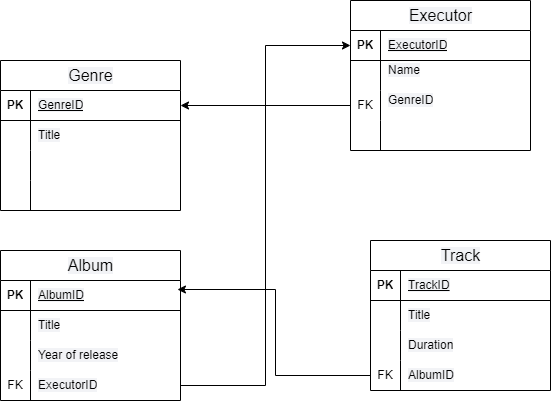
This is Таблица для музыкального сайта.png from YanchukTatyana/-, a draw.io export, as it was before one commit. Source tidied: cells renumbered, new cells last; positions are measured from the earlier drawing's top-left corner, leaving out a move shared by most shapes.
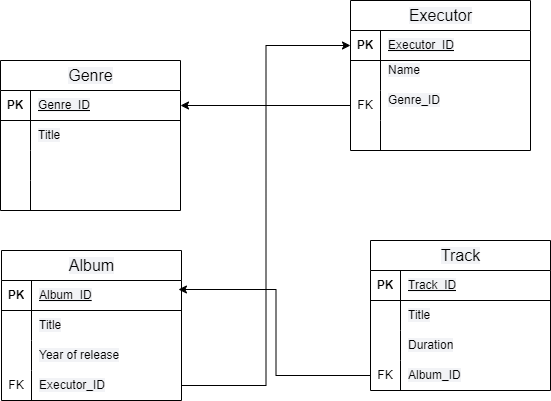
After the commit.

What changed in the source:
```diff
@@ -11,7 +11,7 @@
     <mxCell id="4" value="PK" style="shape=partialRectangle;fillColor=none;top=0;left=0;bottom=0;right=0;fontStyle=1;overflow=hidden;whiteSpace=wrap;html=1;" parent="3" vertex="1">
       <mxGeometry width="30" height="30" as="geometry" />
     </mxCell>
-    <mxCell id="5" value="&lt;span style=&quot;font-family: -apple-system, BlinkMacSystemFont, Arial, Helvetica, sans-serif; font-weight: 400; white-space-collapse: preserve; background-color: rgba(7, 28, 71, 0.05);&quot;&gt;GenreID&lt;/span&gt;" style="shape=partialRectangle;fillColor=none;top=0;left=0;bottom=0;right=0;align=left;spacingLeft=6;fontStyle=5;overflow=hidden;whiteSpace=wrap;html=1;" parent="3" vertex="1">
+    <mxCell id="5" value="&lt;span style=&quot;font-family: -apple-system, BlinkMacSystemFont, Arial, Helvetica, sans-serif; font-weight: 400; white-space-collapse: preserve; background-color: rgba(7, 28, 71, 0.05);&quot;&gt;Genre_ID&lt;/span&gt;" style="shape=partialRectangle;fillColor=none;top=0;left=0;bottom=0;right=0;align=left;spacingLeft=6;fontStyle=5;overflow=hidden;whiteSpace=wrap;html=1;" parent="3" vertex="1">
       <mxGeometry x="30" width="150" height="30" as="geometry" />
     </mxCell>
     <mxCell id="6" style="shape=tableRow;horizontal=0;startSize=0;swimlaneHead=0;swimlaneBody=0;fillColor=none;top=0;left=0;right=0;bottom=0;" parent="2" vertex="1">
@@ -50,7 +50,7 @@
     <mxCell id="17" value="PK" style="shape=partialRectangle;fillColor=none;top=0;left=0;bottom=0;right=0;fontStyle=1;overflow=hidden;whiteSpace=wrap;html=1;" parent="16" vertex="1">
       <mxGeometry width="30" height="30" as="geometry" />
     </mxCell>
-    <mxCell id="18" value="&lt;span style=&quot;font-family: -apple-system, BlinkMacSystemFont, Arial, Helvetica, sans-serif; font-weight: 400; white-space-collapse: preserve; background-color: rgba(7, 28, 71, 0.05);&quot;&gt;ExecutorID&lt;/span&gt;" style="shape=partialRectangle;fillColor=none;top=0;left=0;bottom=0;right=0;align=left;spacingLeft=6;fontStyle=5;overflow=hidden;whiteSpace=wrap;html=1;" parent="16" vertex="1">
+    <mxCell id="18" value="&lt;span style=&quot;font-family: -apple-system, BlinkMacSystemFont, Arial, Helvetica, sans-serif; font-weight: 400; white-space-collapse: preserve; background-color: rgba(7, 28, 71, 0.05);&quot;&gt;Executor_ID&lt;/span&gt;" style="shape=partialRectangle;fillColor=none;top=0;left=0;bottom=0;right=0;align=left;spacingLeft=6;fontStyle=5;overflow=hidden;whiteSpace=wrap;html=1;" parent="16" vertex="1">
       <mxGeometry x="30" width="150" height="30" as="geometry" />
     </mxCell>
     <mxCell id="19" style="shape=tableRow;horizontal=0;startSize=0;swimlaneHead=0;swimlaneBody=0;fillColor=none;top=0;left=0;right=0;bottom=0;" parent="15" vertex="1">
@@ -68,7 +68,7 @@
     <mxCell id="23" value="FK" style="shape=partialRectangle;fillColor=none;top=0;left=0;bottom=0;right=0;overflow=hidden;whiteSpace=wrap;html=1;" parent="22" vertex="1">
       <mxGeometry width="30" height="30" as="geometry" />
     </mxCell>
-    <mxCell id="24" value="&lt;span style=&quot;color: rgb(0, 0, 0); font-family: -apple-system, BlinkMacSystemFont, Arial, Helvetica, sans-serif; font-size: 12px; font-style: normal; font-variant-ligatures: normal; font-variant-caps: normal; font-weight: 400; letter-spacing: normal; orphans: 2; text-align: start; text-indent: 0px; text-transform: none; widows: 2; word-spacing: 0px; -webkit-text-stroke-width: 0px; white-space: pre-wrap; background-color: rgba(7, 28, 71, 0.05); text-decoration-thickness: initial; text-decoration-style: initial; text-decoration-color: initial; float: none; display: inline !important;&quot;&gt;GenreID&lt;/span&gt;&lt;div&gt;&lt;br&gt;&lt;/div&gt;" style="shape=partialRectangle;fillColor=none;top=0;left=0;bottom=0;right=0;align=left;spacingLeft=6;overflow=hidden;whiteSpace=wrap;html=1;fontSize=12;" parent="22" vertex="1">
+    <mxCell id="24" value="&lt;span style=&quot;color: rgb(0, 0, 0); font-family: -apple-system, BlinkMacSystemFont, Arial, Helvetica, sans-serif; font-size: 12px; font-style: normal; font-variant-ligatures: normal; font-variant-caps: normal; font-weight: 400; letter-spacing: normal; orphans: 2; text-align: start; text-indent: 0px; text-transform: none; widows: 2; word-spacing: 0px; -webkit-text-stroke-width: 0px; white-space: pre-wrap; background-color: rgba(7, 28, 71, 0.05); text-decoration-thickness: initial; text-decoration-style: initial; text-decoration-color: initial; float: none; display: inline !important;&quot;&gt;Genre_ID&lt;/span&gt;&lt;div&gt;&lt;br&gt;&lt;/div&gt;" style="shape=partialRectangle;fillColor=none;top=0;left=0;bottom=0;right=0;align=left;spacingLeft=6;overflow=hidden;whiteSpace=wrap;html=1;fontSize=12;" parent="22" vertex="1">
       <mxGeometry x="30" width="150" height="30" as="geometry" />
     </mxCell>
     <mxCell id="25" style="shape=tableRow;horizontal=0;startSize=0;swimlaneHead=0;swimlaneBody=0;fillColor=none;top=0;left=0;right=0;bottom=0;" parent="15" vertex="1">
@@ -81,7 +81,7 @@
       <mxGeometry x="30" width="150" height="30" as="geometry" />
     </mxCell>
     <mxCell id="28" value="&lt;span style=&quot;font-family: -apple-system, BlinkMacSystemFont, Arial, Helvetica, sans-serif; font-size: 16px; font-weight: 400; text-align: start; white-space: pre-wrap; background-color: rgba(7, 28, 71, 0.05);&quot;&gt;Album&lt;/span&gt;" style="shape=table;startSize=30;rowLines=0;fontStyle=1;align=center;html=1;" parent="1" vertex="1">
-      <mxGeometry y="250" width="180" height="150" as="geometry" />
+      <mxGeometry x="1" y="250" width="180" height="150" as="geometry" />
     </mxCell>
     <mxCell id="29" style="shape=tableRow;horizontal=0;startSize=0;swimlaneHead=0;swimlaneBody=0;fillColor=none;points=[[0,0.5],[1,0.5]];portConstraint=eastwest;top=0;left=0;right=0;bottom=1;" parent="28" vertex="1">
       <mxGeometry y="30" width="180" height="30" as="geometry" />
@@ -89,7 +89,7 @@
     <mxCell id="30" value="PK" style="shape=partialRectangle;fillColor=none;top=0;left=0;bottom=0;right=0;fontStyle=1;overflow=hidden;whiteSpace=wrap;html=1;" parent="29" vertex="1">
       <mxGeometry width="30" height="30" as="geometry" />
     </mxCell>
-    <mxCell id="31" value="&lt;span style=&quot;font-family: -apple-system, BlinkMacSystemFont, Arial, Helvetica, sans-serif; font-weight: 400; white-space-collapse: preserve; background-color: rgba(7, 28, 71, 0.05);&quot;&gt;AlbumID&lt;/span&gt;" style="shape=partialRectangle;fillColor=none;top=0;left=0;bottom=0;right=0;align=left;spacingLeft=6;fontStyle=5;overflow=hidden;whiteSpace=wrap;html=1;" parent="29" vertex="1">
+    <mxCell id="31" value="&lt;span style=&quot;font-family: -apple-system, BlinkMacSystemFont, Arial, Helvetica, sans-serif; font-weight: 400; white-space-collapse: preserve; background-color: rgba(7, 28, 71, 0.05);&quot;&gt;Album_ID&lt;/span&gt;" style="shape=partialRectangle;fillColor=none;top=0;left=0;bottom=0;right=0;align=left;spacingLeft=6;fontStyle=5;overflow=hidden;whiteSpace=wrap;html=1;" parent="29" vertex="1">
       <mxGeometry x="30" width="150" height="30" as="geometry" />
     </mxCell>
     <mxCell id="32" style="shape=tableRow;horizontal=0;startSize=0;swimlaneHead=0;swimlaneBody=0;fillColor=none;top=0;left=0;right=0;bottom=0;" parent="28" vertex="1">
@@ -116,7 +116,7 @@
     <mxCell id="39" value="FK" style="shape=partialRectangle;fillColor=none;top=0;left=0;bottom=0;right=0;overflow=hidden;whiteSpace=wrap;html=1;" parent="38" vertex="1">
       <mxGeometry width="30" height="30" as="geometry" />
     </mxCell>
-    <mxCell id="40" value="&lt;span style=&quot;font-family: -apple-system, BlinkMacSystemFont, Arial, Helvetica, sans-serif; white-space-collapse: preserve; background-color: rgba(7, 28, 71, 0.05);&quot;&gt;ExecutorID&lt;/span&gt;" style="shape=partialRectangle;fillColor=none;top=0;left=0;bottom=0;right=0;align=left;spacingLeft=6;overflow=hidden;whiteSpace=wrap;html=1;" parent="38" vertex="1">
+    <mxCell id="40" value="&lt;span style=&quot;font-family: -apple-system, BlinkMacSystemFont, Arial, Helvetica, sans-serif; white-space-collapse: preserve; background-color: rgba(7, 28, 71, 0.05);&quot;&gt;Executor_ID&lt;/span&gt;" style="shape=partialRectangle;fillColor=none;top=0;left=0;bottom=0;right=0;align=left;spacingLeft=6;overflow=hidden;whiteSpace=wrap;html=1;" parent="38" vertex="1">
       <mxGeometry x="30" width="150" height="30" as="geometry" />
     </mxCell>
     <mxCell id="41" value="&lt;span style=&quot;font-family: -apple-system, BlinkMacSystemFont, Arial, Helvetica, sans-serif; font-size: 16px; font-weight: 400; text-align: start; white-space: pre-wrap; background-color: rgba(7, 28, 71, 0.05);&quot;&gt;Track&lt;/span&gt;" style="shape=table;startSize=30;rowLines=0;fontStyle=1;align=center;html=1;" parent="1" vertex="1">
@@ -128,7 +128,7 @@
     <mxCell id="43" value="PK" style="shape=partialRectangle;fillColor=none;top=0;left=0;bottom=0;right=0;fontStyle=1;overflow=hidden;whiteSpace=wrap;html=1;" parent="42" vertex="1">
       <mxGeometry width="30" height="30" as="geometry" />
     </mxCell>
-    <mxCell id="44" value="&lt;span style=&quot;font-family: -apple-system, BlinkMacSystemFont, Arial, Helvetica, sans-serif; font-weight: 400; white-space-collapse: preserve; background-color: rgba(7, 28, 71, 0.05);&quot;&gt;TrackID&lt;/span&gt;" style="shape=partialRectangle;fillColor=none;top=0;left=0;bottom=0;right=0;align=left;spacingLeft=6;fontStyle=5;overflow=hidden;whiteSpace=wrap;html=1;" parent="42" vertex="1">
+    <mxCell id="44" value="&lt;span style=&quot;font-family: -apple-system, BlinkMacSystemFont, Arial, Helvetica, sans-serif; font-weight: 400; white-space-collapse: preserve; background-color: rgba(7, 28, 71, 0.05);&quot;&gt;Track_ID&lt;/span&gt;" style="shape=partialRectangle;fillColor=none;top=0;left=0;bottom=0;right=0;align=left;spacingLeft=6;fontStyle=5;overflow=hidden;whiteSpace=wrap;html=1;" parent="42" vertex="1">
       <mxGeometry x="30" width="150" height="30" as="geometry" />
     </mxCell>
     <mxCell id="45" style="shape=tableRow;horizontal=0;startSize=0;swimlaneHead=0;swimlaneBody=0;fillColor=none;top=0;left=0;right=0;bottom=0;" parent="41" vertex="1">
@@ -155,7 +155,7 @@
     <mxCell id="52" value="FK" style="shape=partialRectangle;fillColor=none;top=0;left=0;bottom=0;right=0;overflow=hidden;whiteSpace=wrap;html=1;" parent="51" vertex="1">
       <mxGeometry width="30" height="30" as="geometry" />
     </mxCell>
-    <mxCell id="53" value="&lt;span style=&quot;font-family: -apple-system, BlinkMacSystemFont, Arial, Helvetica, sans-serif; white-space-collapse: preserve; background-color: rgba(7, 28, 71, 0.05);&quot;&gt;AlbumID&lt;/span&gt;" style="shape=partialRectangle;fillColor=none;top=0;left=0;bottom=0;right=0;align=left;spacingLeft=6;overflow=hidden;whiteSpace=wrap;html=1;" parent="51" vertex="1">
+    <mxCell id="53" value="&lt;span style=&quot;font-family: -apple-system, BlinkMacSystemFont, Arial, Helvetica, sans-serif; white-space-collapse: preserve; background-color: rgba(7, 28, 71, 0.05);&quot;&gt;Album_ID&lt;/span&gt;" style="shape=partialRectangle;fillColor=none;top=0;left=0;bottom=0;right=0;align=left;spacingLeft=6;overflow=hidden;whiteSpace=wrap;html=1;" parent="51" vertex="1">
       <mxGeometry x="30" width="150" height="30" as="geometry" />
     </mxCell>
     <mxCell id="54" style="edgeStyle=orthogonalEdgeStyle;rounded=0;jettySize=auto;html=1;entryX=0;entryY=0.5;entryDx=0;entryDy=0;" parent="1" edge="1" source="38" target="16">
```
